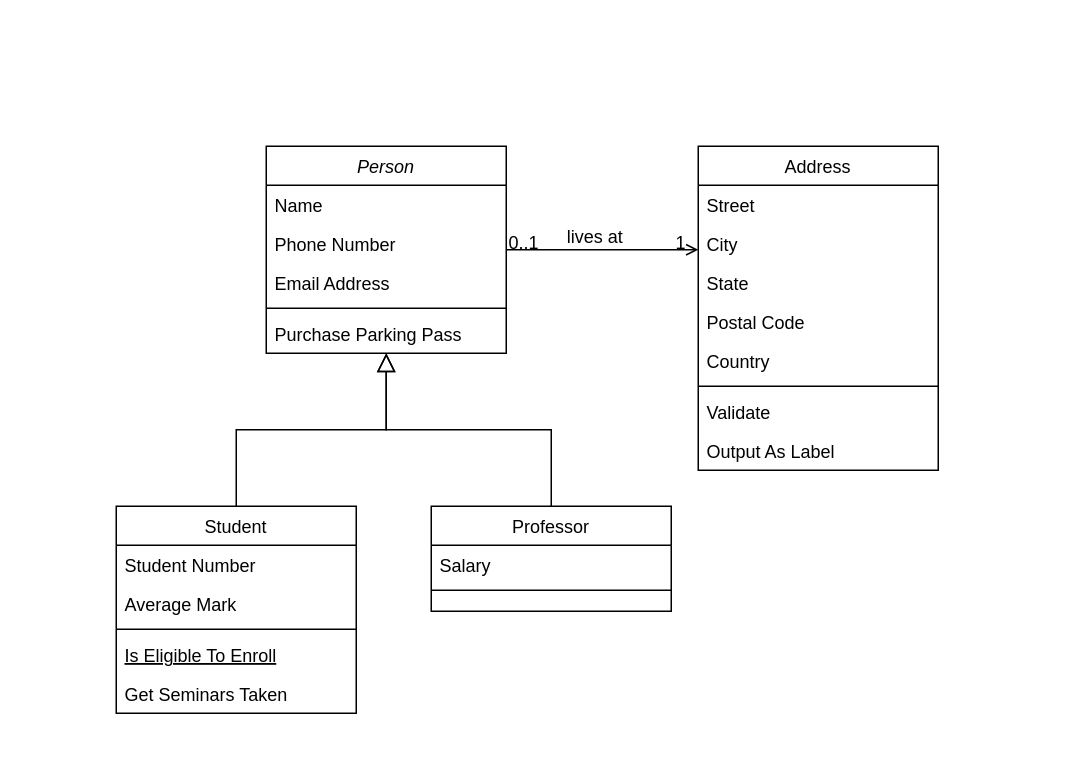
TheAguxman12/Practica-1 keeps this draw.io diagram as Diagrama sin título.drawio. Above is the earlier version. Source tidied: cells renumbered, new cells numbered last; positions are measured from the earlier drawing's top-left corner, leaving out a move shared by most shapes. Both pictures are drawn from the tidied source at 150%, with x=0, y=0 at pixel (116, 146).
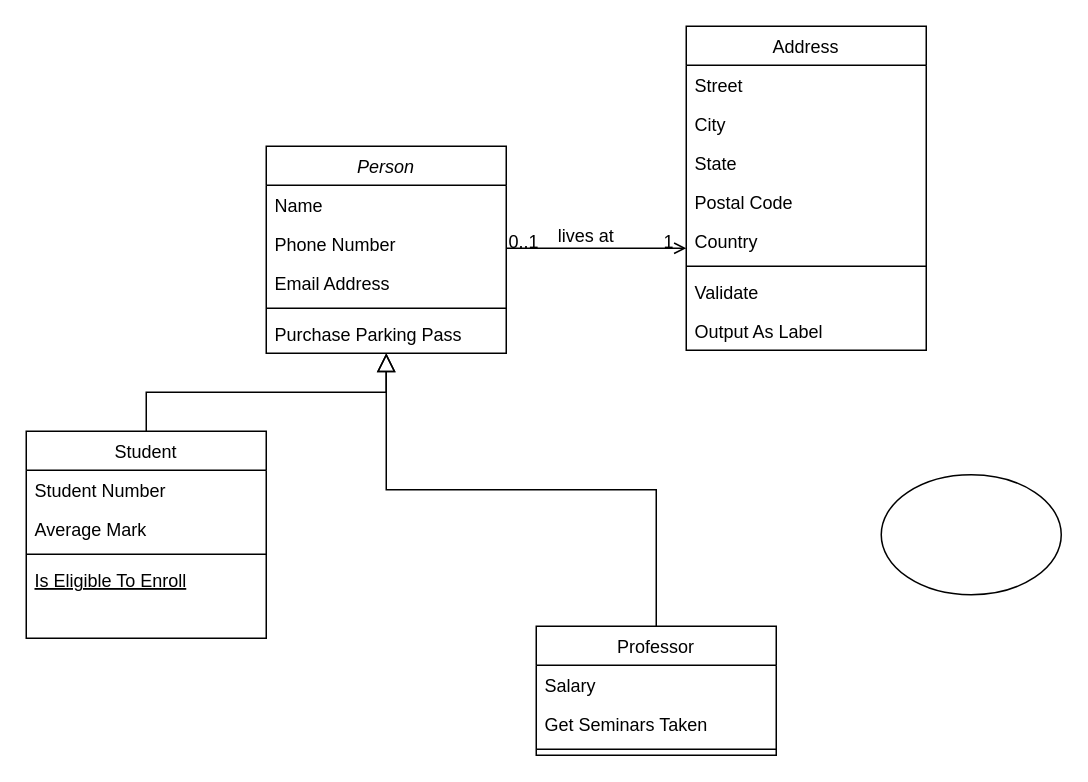
Above is the later version.

Change to the diagram source:
```diff
@@
     <mxCell id="8" value="Student" style="swimlane;fontStyle=0;align=center;verticalAlign=top;horizontal=1;startSize=26;rounded=0;shadow=0;strokeWidth=1;" parent="1" vertex="1">
-      <mxGeometry y="240" width="160" height="138" as="geometry" />
+      <mxGeometry x="-60" y="190" width="160" height="138" as="geometry" />
     </mxCell>
@@
-    <mxCell id="13" value="Get Seminars Taken" style="text;align=left;verticalAlign=top;spacingLeft=4;spacingRight=4;overflow=hidden;" parent="8" vertex="1">
-      <mxGeometry y="112" width="160" height="26" as="geometry" />
-    </mxCell>
@@
     <mxCell id="15" value="Professor" style="swimlane;fontStyle=0;align=center;verticalAlign=top;horizontal=1;startSize=26;rounded=0;shadow=0;strokeWidth=1;" parent="1" vertex="1">
-      <mxGeometry x="210" y="240" width="160" height="70" as="geometry" />
+      <mxGeometry x="280" y="320" width="160" height="86" as="geometry" />
     </mxCell>
@@
+    <mxCell id="13" value="Get Seminars Taken" style="text;align=left;verticalAlign=top;spacingLeft=4;spacingRight=4;overflow=hidden;" parent="15" vertex="1">
+      <mxGeometry y="52" width="160" height="26" as="geometry" />
+    </mxCell>
     <mxCell id="17" style="line;html=1;strokeWidth=1;align=left;verticalAlign=middle;spacingTop=-1;spacingLeft=3;spacingRight=3;labelPosition=right;" parent="15" vertex="1">
-      <mxGeometry y="52" width="160" height="8" as="geometry" />
+      <mxGeometry y="78" width="160" height="8" as="geometry" />
     </mxCell>
@@
     <mxCell id="19" value="Address" style="swimlane;fontStyle=0;align=center;verticalAlign=top;horizontal=1;startSize=26;rounded=0;shadow=0;strokeWidth=1;" parent="1" vertex="1">
-      <mxGeometry x="388" width="160" height="216" as="geometry" />
+      <mxGeometry x="380" y="-80" width="160" height="216" as="geometry" />
     </mxCell>
@@
+    <mxCell id="32" style="ellipse;whiteSpace=wrap;html=1;" parent="1" vertex="1">
+      <mxGeometry x="510" y="219" width="120" height="80" as="geometry" />
+    </mxCell>
```
